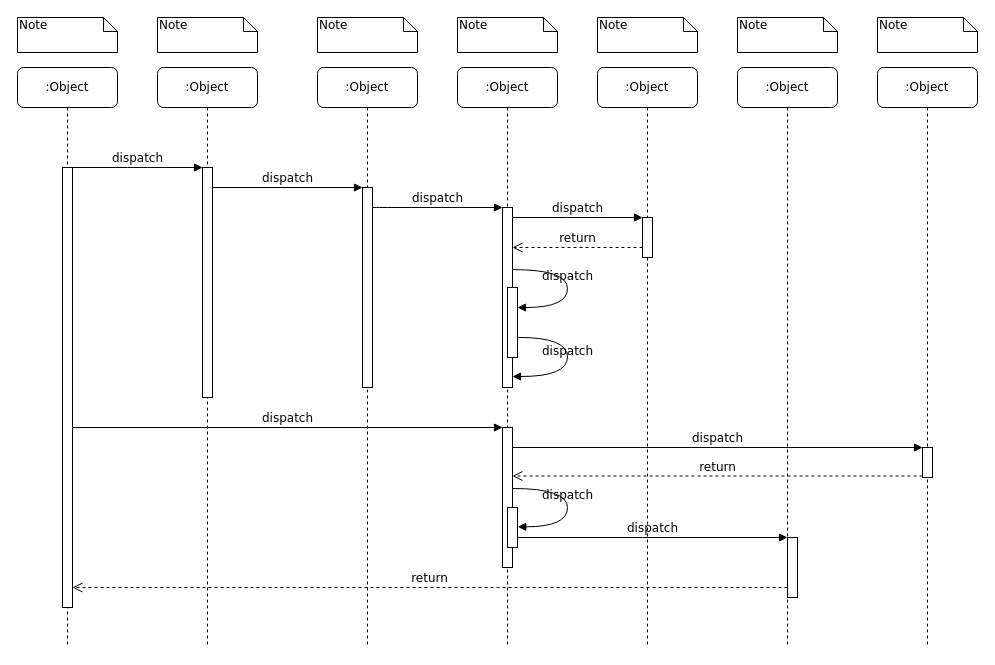
Before: 用户登录顺序图.drawio in FJY321/111, a draw.io diagram. Source tidied: cells renumbered, new cells numbered last; positions are measured from the earlier drawing's top-left corner, leaving out a move shared by most shapes. Both pictures are drawn from the tidied source at 100%, with x=0, y=0 at pixel (17, 17).
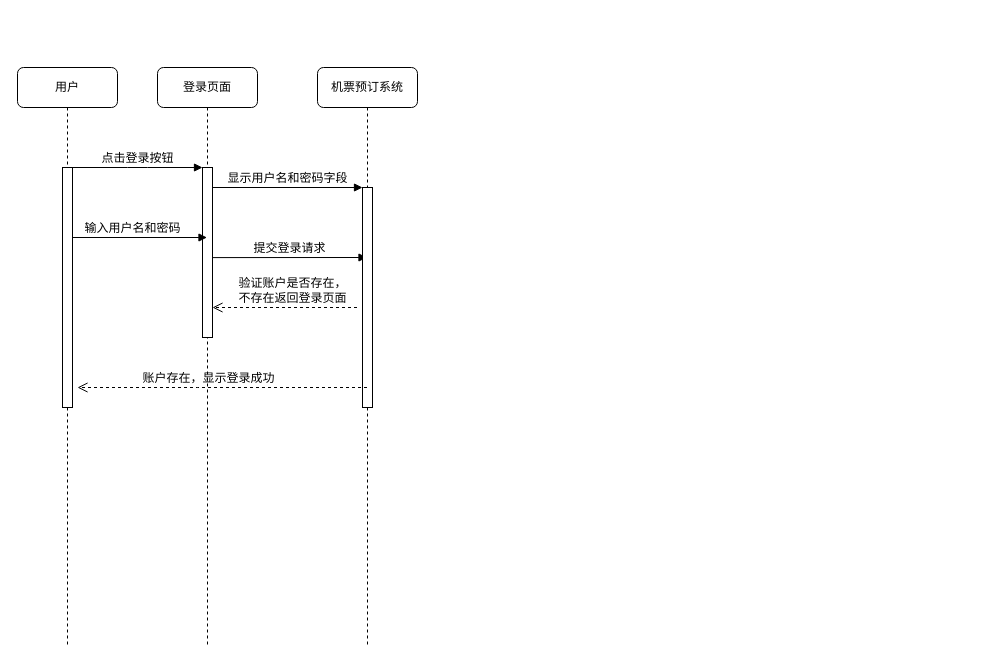
Above is the later version.

Commit message:
登录顺序图.drawio

Diff of the diagram source:
```diff
@@
-    <mxCell id="2" value=":Object" style="shape=umlLifeline;perimeter=lifelinePerimeter;whiteSpace=wrap;html=1;rounded=1;shadow=0;comic=0;labelBackgroundColor=none;strokeWidth=1;fontFamily=Verdana;fontSize=12;align=center;" parent="1" vertex="1">
+    <mxCell id="2" value="登录页面" style="shape=umlLifeline;perimeter=lifelinePerimeter;whiteSpace=wrap;html=1;rounded=1;shadow=0;comic=0;labelBackgroundColor=none;strokeWidth=1;fontFamily=Verdana;fontSize=12;align=center;" parent="1" vertex="1">
       <mxGeometry x="140" y="50" width="100" height="580" as="geometry" />
     </mxCell>
     <mxCell id="3" style="html=1;points=[];perimeter=orthogonalPerimeter;rounded=0;shadow=0;comic=0;labelBackgroundColor=none;strokeWidth=1;fontFamily=Verdana;fontSize=12;align=center;" parent="2" vertex="1">
-      <mxGeometry x="45" y="100" width="10" height="230" as="geometry" />
+      <mxGeometry x="45" y="100" width="10" height="170" as="geometry" />
     </mxCell>
+    <mxCell id="18" value="输入用户名和密码" style="html=1;verticalAlign=bottom;endArrow=block;labelBackgroundColor=none;fontFamily=Verdana;fontSize=12;" parent="2" edge="1">
+      <mxGeometry x="-0.11" relative="1" as="geometry">
+        <mxPoint x="-85" y="170" as="sourcePoint" />
+        <mxPoint x="49.5" y="170" as="targetPoint" />
+      </mxGeometry>
+    </mxCell>
+    <mxCell id="15" value="提交登录请求" style="html=1;verticalAlign=bottom;endArrow=block;labelBackgroundColor=none;fontFamily=Verdana;fontSize=12;edgeStyle=elbowEdgeStyle;elbow=vertical;" parent="2" edge="1" target="4">
+      <mxGeometry relative="1" as="geometry">
+        <mxPoint x="55" y="190.1" as="sourcePoint" />
+      </mxGeometry>
+    </mxCell>
-    <mxCell id="4" value=":Object" style="shape=umlLifeline;perimeter=lifelinePerimeter;whiteSpace=wrap;html=1;outlineConnect=0;rounded=1;shadow=0;comic=0;labelBackgroundColor=none;strokeWidth=1;fontFamily=Verdana;fontSize=12;align=center;" parent="1" vertex="1">
+    <mxCell id="4" value="机票预订系统" style="shape=umlLifeline;perimeter=lifelinePerimeter;whiteSpace=wrap;html=1;outlineConnect=0;rounded=1;shadow=0;comic=0;labelBackgroundColor=none;strokeWidth=1;fontFamily=Verdana;fontSize=12;align=center;" parent="1" vertex="1">
       <mxGeometry x="300" y="50" width="100" height="580" as="geometry" />
     </mxCell>
     <mxCell id="5" style="html=1;points=[];perimeter=orthogonalPerimeter;rounded=0;shadow=0;comic=0;labelBackgroundColor=none;strokeWidth=1;fontFamily=Verdana;fontSize=12;align=center;" parent="4" vertex="1">
-      <mxGeometry x="45" y="120" width="10" height="200" as="geometry" />
+      <mxGeometry x="45" y="120" width="10" height="220" as="geometry" />
     </mxCell>
-    <mxCell id="6" value=":Object" style="shape=umlLifeline;perimeter=lifelinePerimeter;whiteSpace=wrap;html=1;rounded=1;shadow=0;comic=0;labelBackgroundColor=none;strokeWidth=1;fontFamily=Verdana;fontSize=12;align=center;" parent="1" vertex="1">
-      <mxGeometry x="440" y="50" width="100" height="580" as="geometry" />
-    </mxCell>
-    <mxCell id="7" value=":Object" style="shape=umlLifeline;perimeter=lifelinePerimeter;whiteSpace=wrap;html=1;rounded=1;shadow=0;comic=0;labelBackgroundColor=none;strokeWidth=1;fontFamily=Verdana;fontSize=12;align=center;" parent="1" vertex="1">
-      <mxGeometry x="580" y="50" width="100" height="580" as="geometry" />
-    </mxCell>
-    <mxCell id="8" value=":Object" style="shape=umlLifeline;perimeter=lifelinePerimeter;whiteSpace=wrap;html=1;rounded=1;shadow=0;comic=0;labelBackgroundColor=none;strokeWidth=1;fontFamily=Verdana;fontSize=12;align=center;" parent="1" vertex="1">
-      <mxGeometry x="720" y="50" width="100" height="580" as="geometry" />
-    </mxCell>
-    <mxCell id="9" value=":Object" style="shape=umlLifeline;perimeter=lifelinePerimeter;whiteSpace=wrap;html=1;rounded=1;shadow=0;comic=0;labelBackgroundColor=none;strokeWidth=1;fontFamily=Verdana;fontSize=12;align=center;" parent="1" vertex="1">
-      <mxGeometry x="860" y="50" width="100" height="580" as="geometry" />
-    </mxCell>
-    <mxCell id="10" value=":Object" style="shape=umlLifeline;perimeter=lifelinePerimeter;whiteSpace=wrap;html=1;rounded=1;shadow=0;comic=0;labelBackgroundColor=none;strokeWidth=1;fontFamily=Verdana;fontSize=12;align=center;" parent="1" vertex="1">
+    <mxCell id="10" value="用户" style="shape=umlLifeline;perimeter=lifelinePerimeter;whiteSpace=wrap;html=1;rounded=1;shadow=0;comic=0;labelBackgroundColor=none;strokeWidth=1;fontFamily=Verdana;fontSize=12;align=center;" parent="1" vertex="1">
       <mxGeometry y="50" width="100" height="580" as="geometry" />
     </mxCell>
     <mxCell id="11" style="html=1;points=[];perimeter=orthogonalPerimeter;rounded=0;shadow=0;comic=0;labelBackgroundColor=none;strokeWidth=1;fontFamily=Verdana;fontSize=12;align=center;" parent="10" vertex="1">
-      <mxGeometry x="45" y="100" width="10" height="440" as="geometry" />
+      <mxGeometry x="45" y="100" width="10" height="240" as="geometry" />
     </mxCell>
-    <mxCell id="12" style="html=1;points=[];perimeter=orthogonalPerimeter;rounded=0;shadow=0;comic=0;labelBackgroundColor=none;strokeWidth=1;fontFamily=Verdana;fontSize=12;align=center;" parent="1" vertex="1">
-      <mxGeometry x="485" y="190" width="10" height="180" as="geometry" />
-    </mxCell>
-    <mxCell id="13" value="dispatch" style="html=1;verticalAlign=bottom;endArrow=block;labelBackgroundColor=none;fontFamily=Verdana;fontSize=12;edgeStyle=elbowEdgeStyle;elbow=vertical;" parent="1" edge="1" source="5" target="12">
-      <mxGeometry relative="1" as="geometry">
-        <Array as="points">
-          <mxPoint x="360" y="190" />
-        </Array>
-      </mxGeometry>
-    </mxCell>
-    <mxCell id="14" style="html=1;points=[];perimeter=orthogonalPerimeter;rounded=0;shadow=0;comic=0;labelBackgroundColor=none;strokeWidth=1;fontFamily=Verdana;fontSize=12;align=center;" parent="1" vertex="1">
-      <mxGeometry x="625" y="200" width="10" height="40" as="geometry" />
-    </mxCell>
-    <mxCell id="15" value="dispatch" style="html=1;verticalAlign=bottom;endArrow=block;entryX=0;entryY=0;labelBackgroundColor=none;fontFamily=Verdana;fontSize=12;edgeStyle=elbowEdgeStyle;elbow=vertical;" parent="1" edge="1" source="12" target="14">
-      <mxGeometry relative="1" as="geometry" />
-    </mxCell>
-    <mxCell id="16" value="return" style="html=1;verticalAlign=bottom;endArrow=open;dashed=1;endSize=8;labelBackgroundColor=none;fontFamily=Verdana;fontSize=12;edgeStyle=elbowEdgeStyle;elbow=vertical;" parent="1" edge="1" source="14" target="12">
-      <mxGeometry relative="1" as="geometry">
-        <Array as="points">
-          <mxPoint x="570" y="230" />
-          <mxPoint x="600" y="230" />
-        </Array>
-      </mxGeometry>
-    </mxCell>
-    <mxCell id="17" style="html=1;points=[];perimeter=orthogonalPerimeter;rounded=0;shadow=0;comic=0;labelBackgroundColor=none;strokeWidth=1;fontFamily=Verdana;fontSize=12;align=center;" parent="1" vertex="1">
-      <mxGeometry x="485" y="410" width="10" height="140" as="geometry" />
-    </mxCell>
-    <mxCell id="18" value="dispatch" style="html=1;verticalAlign=bottom;endArrow=block;entryX=0;entryY=0;labelBackgroundColor=none;fontFamily=Verdana;fontSize=12;" parent="1" edge="1" source="11" target="17">
-      <mxGeometry relative="1" as="geometry" />
-    </mxCell>
-    <mxCell id="19" style="html=1;points=[];perimeter=orthogonalPerimeter;rounded=0;shadow=0;comic=0;labelBackgroundColor=none;strokeColor=#000000;strokeWidth=1;fillColor=#FFFFFF;fontFamily=Verdana;fontSize=12;fontColor=#000000;align=center;" parent="1" vertex="1">
-      <mxGeometry x="905" y="430" width="10" height="30" as="geometry" />
-    </mxCell>
-    <mxCell id="20" value="dispatch" style="html=1;verticalAlign=bottom;endArrow=block;entryX=0;entryY=0;labelBackgroundColor=none;fontFamily=Verdana;fontSize=12;" parent="1" edge="1" source="17" target="19">
-      <mxGeometry relative="1" as="geometry" />
-    </mxCell>
-    <mxCell id="21" value="return" style="html=1;verticalAlign=bottom;endArrow=open;dashed=1;endSize=8;exitX=0;exitY=0.95;labelBackgroundColor=none;fontFamily=Verdana;fontSize=12;" parent="1" edge="1" source="19" target="17">
-      <mxGeometry relative="1" as="geometry" />
+    <mxCell id="21" value="账户存在，显示登录成功" style="html=1;verticalAlign=bottom;endArrow=open;dashed=1;endSize=8;labelBackgroundColor=none;fontFamily=Verdana;fontSize=12;" parent="1" edge="1" source="4">
+      <mxGeometry x="0.1" relative="1" as="geometry">
+        <mxPoint x="60" y="370" as="targetPoint" />
+        <Array as="points">
+          <mxPoint x="170" y="370" />
+        </Array>
+      </mxGeometry>
     </mxCell>
-    <mxCell id="22" style="html=1;points=[];perimeter=orthogonalPerimeter;rounded=0;shadow=0;comic=0;labelBackgroundColor=none;strokeWidth=1;fontFamily=Verdana;fontSize=12;align=center;" parent="1" vertex="1">
-      <mxGeometry x="770" y="520" width="10" height="60" as="geometry" />
-    </mxCell>
-    <mxCell id="23" value="dispatch" style="html=1;verticalAlign=bottom;endArrow=block;entryX=0;entryY=0;labelBackgroundColor=none;fontFamily=Verdana;fontSize=12;edgeStyle=elbowEdgeStyle;elbow=vertical;" parent="1" edge="1" source="30" target="22">
-      <mxGeometry relative="1" as="geometry" />
-    </mxCell>
-    <mxCell id="24" value="return" style="html=1;verticalAlign=bottom;endArrow=open;dashed=1;endSize=8;labelBackgroundColor=none;fontFamily=Verdana;fontSize=12;edgeStyle=elbowEdgeStyle;elbow=vertical;" parent="1" edge="1" source="22" target="11">
-      <mxGeometry relative="1" as="geometry">
-        <Array as="points">
-          <mxPoint x="470" y="570" />
-        </Array>
-      </mxGeometry>
-    </mxCell>
-    <mxCell id="25" value="dispatch" style="html=1;verticalAlign=bottom;endArrow=block;entryX=0;entryY=0;labelBackgroundColor=none;fontFamily=Verdana;fontSize=12;edgeStyle=elbowEdgeStyle;elbow=vertical;" parent="1" edge="1" source="11" target="3">
+    <mxCell id="25" value="点击登录按钮" style="html=1;verticalAlign=bottom;endArrow=block;entryX=0;entryY=0;labelBackgroundColor=none;fontFamily=Verdana;fontSize=12;edgeStyle=elbowEdgeStyle;elbow=vertical;" parent="1" edge="1" source="11" target="3">
       <mxGeometry relative="1" as="geometry" />
     </mxCell>
-    <mxCell id="26" value="dispatch" style="html=1;verticalAlign=bottom;endArrow=block;entryX=0;entryY=0;labelBackgroundColor=none;fontFamily=Verdana;fontSize=12;edgeStyle=elbowEdgeStyle;elbow=vertical;" parent="1" edge="1" source="3" target="5">
+    <mxCell id="26" value="显示用户名和密码字段" style="html=1;verticalAlign=bottom;endArrow=block;entryX=0;entryY=0;labelBackgroundColor=none;fontFamily=Verdana;fontSize=12;edgeStyle=elbowEdgeStyle;elbow=vertical;" parent="1" edge="1" source="3" target="5">
       <mxGeometry relative="1" as="geometry" />
     </mxCell>
-    <mxCell id="27" style="html=1;points=[];perimeter=orthogonalPerimeter;rounded=0;shadow=0;comic=0;labelBackgroundColor=none;strokeWidth=1;fontFamily=Verdana;fontSize=12;align=center;" parent="1" vertex="1">
-      <mxGeometry x="490" y="270" width="10" height="70" as="geometry" />
-    </mxCell>
-    <mxCell id="28" value="dispatch" style="html=1;verticalAlign=bottom;endArrow=block;labelBackgroundColor=none;fontFamily=Verdana;fontSize=12;elbow=vertical;edgeStyle=orthogonalEdgeStyle;curved=1;entryX=1;entryY=0.286;entryPerimeter=0;exitX=1.038;exitY=0.345;exitPerimeter=0;" parent="1" edge="1" source="12" target="27">
-      <mxGeometry relative="1" as="geometry">
-        <Array as="points">
-          <mxPoint x="550" y="252" />
-          <mxPoint x="550" y="290" />
-        </Array>
-      </mxGeometry>
-    </mxCell>
-    <mxCell id="29" value="dispatch" style="html=1;verticalAlign=bottom;endArrow=block;labelBackgroundColor=none;fontFamily=Verdana;fontSize=12;elbow=vertical;edgeStyle=orthogonalEdgeStyle;curved=1;exitX=1.066;exitY=0.713;exitPerimeter=0;" parent="1" edge="1" source="27">
-      <mxGeometry relative="1" as="geometry">
-        <mxPoint x="495" y="359" as="targetPoint" />
-        <Array as="points">
-          <mxPoint x="550" y="320" />
-          <mxPoint x="550" y="359" />
-        </Array>
-      </mxGeometry>
-    </mxCell>
-    <mxCell id="30" style="html=1;points=[];perimeter=orthogonalPerimeter;rounded=0;shadow=0;comic=0;labelBackgroundColor=none;strokeWidth=1;fontFamily=Verdana;fontSize=12;align=center;" parent="1" vertex="1">
-      <mxGeometry x="490" y="490" width="10" height="40" as="geometry" />
-    </mxCell>
-    <mxCell id="31" value="dispatch" style="html=1;verticalAlign=bottom;endArrow=block;labelBackgroundColor=none;fontFamily=Verdana;fontSize=12;elbow=vertical;edgeStyle=orthogonalEdgeStyle;curved=1;entryX=1;entryY=0.286;entryPerimeter=0;exitX=1.038;exitY=0.345;exitPerimeter=0;" parent="1" edge="1">
-      <mxGeometry relative="1" as="geometry">
-        <mxPoint x="495.3" y="471" as="sourcePoint" />
-        <mxPoint x="500.3" y="509.3" as="targetPoint" />
-        <Array as="points">
-          <mxPoint x="550" y="471" />
-          <mxPoint x="550" y="509" />
-        </Array>
-      </mxGeometry>
-    </mxCell>
-    <mxCell id="32" value="Note" style="shape=note;whiteSpace=wrap;html=1;size=14;verticalAlign=top;align=left;spacingTop=-6;rounded=0;shadow=0;comic=0;labelBackgroundColor=none;strokeWidth=1;fontFamily=Verdana;fontSize=12;" parent="1" vertex="1">
-      <mxGeometry width="100" height="35" as="geometry" />
-    </mxCell>
-    <mxCell id="33" value="Note" style="shape=note;whiteSpace=wrap;html=1;size=14;verticalAlign=top;align=left;spacingTop=-6;rounded=0;shadow=0;comic=0;labelBackgroundColor=none;strokeWidth=1;fontFamily=Verdana;fontSize=12;" parent="1" vertex="1">
-      <mxGeometry x="140" width="100" height="35" as="geometry" />
-    </mxCell>
-    <mxCell id="34" value="Note" style="shape=note;whiteSpace=wrap;html=1;size=14;verticalAlign=top;align=left;spacingTop=-6;rounded=0;shadow=0;comic=0;labelBackgroundColor=none;strokeWidth=1;fontFamily=Verdana;fontSize=12;" parent="1" vertex="1">
-      <mxGeometry x="300" width="100" height="35" as="geometry" />
-    </mxCell>
-    <mxCell id="35" value="Note" style="shape=note;whiteSpace=wrap;html=1;size=14;verticalAlign=top;align=left;spacingTop=-6;rounded=0;shadow=0;comic=0;labelBackgroundColor=none;strokeWidth=1;fontFamily=Verdana;fontSize=12;" parent="1" vertex="1">
-      <mxGeometry x="440" width="100" height="35" as="geometry" />
-    </mxCell>
-    <mxCell id="36" value="Note" style="shape=note;whiteSpace=wrap;html=1;size=14;verticalAlign=top;align=left;spacingTop=-6;rounded=0;shadow=0;comic=0;labelBackgroundColor=none;strokeWidth=1;fontFamily=Verdana;fontSize=12;" parent="1" vertex="1">
-      <mxGeometry x="580" width="100" height="35" as="geometry" />
-    </mxCell>
-    <mxCell id="37" value="Note" style="shape=note;whiteSpace=wrap;html=1;size=14;verticalAlign=top;align=left;spacingTop=-6;rounded=0;shadow=0;comic=0;labelBackgroundColor=none;strokeWidth=1;fontFamily=Verdana;fontSize=12;" parent="1" vertex="1">
-      <mxGeometry x="720" width="100" height="35" as="geometry" />
-    </mxCell>
-    <mxCell id="38" value="Note" style="shape=note;whiteSpace=wrap;html=1;size=14;verticalAlign=top;align=left;spacingTop=-6;rounded=0;shadow=0;comic=0;labelBackgroundColor=none;strokeWidth=1;fontFamily=Verdana;fontSize=12;" parent="1" vertex="1">
-      <mxGeometry x="860" width="100" height="35" as="geometry" />
-    </mxCell>
+    <mxCell id="16" value="验证账户是否存在，&lt;div&gt;不存在返回登录页面&lt;/div&gt;" style="html=1;verticalAlign=bottom;endArrow=open;dashed=1;endSize=8;labelBackgroundColor=none;fontFamily=Verdana;fontSize=12;edgeStyle=elbowEdgeStyle;elbow=vertical;" parent="1" edge="1" target="3">
+      <mxGeometry x="-0.1" relative="1" as="geometry">
+        <mxPoint x="339.5" y="290" as="sourcePoint" />
+        <Array as="points">
+          <mxPoint x="290" y="290" />
+          <mxPoint x="260" y="290" />
+          <mxPoint x="290" y="290" />
+        </Array>
+      </mxGeometry>
+    </mxCell>
```
